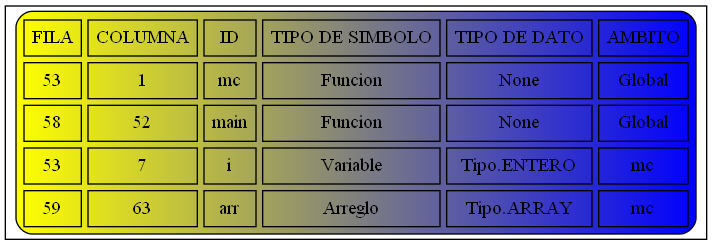
The Graphviz diagram Simbolos.png in JoseMore99/OLC2_P1_201701015, before a commit. Its source is kept beside it as Simbolos.dot.
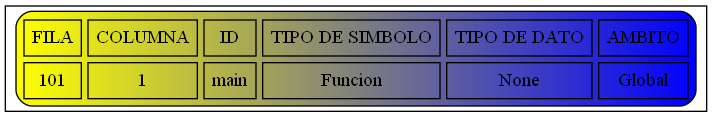
After the commit.

Change to the diagram source:
```diff
@@ -2,9 +2,6 @@
 node [shape=record];
 a0 [label=<<TABLE border="1" cellspacing="5" cellpadding="5" style="rounded" bgcolor="yellow:blue">
 "<TR><TD>FILA</TD><TD>COLUMNA</TD><TD>ID</TD><TD>TIPO DE SIMBOLO</TD><TD>TIPO DE DATO</TD><TD>AMBITO</TD></TR>
-<TR><TD>53</TD><TD>1</TD><TD>mc</TD><TD>Funcion</TD><TD>None</TD><TD>Global</TD></TR>
-<TR><TD>58</TD><TD>52</TD><TD>main</TD><TD>Funcion</TD><TD>None</TD><TD>Global</TD></TR>
-<TR><TD>53</TD><TD>7</TD><TD>i</TD><TD>Variable</TD><TD>Tipo.ENTERO</TD><TD>mc</TD></TR>
-<TR><TD>59</TD><TD>63</TD><TD>arr</TD><TD>Arreglo</TD><TD>Tipo.ARRAY</TD><TD>mc</TD></TR>
+<TR><TD>101</TD><TD>1</TD><TD>main</TD><TD>Funcion</TD><TD>None</TD><TD>Global</TD></TR>
 </TABLE>>];
 }
```
